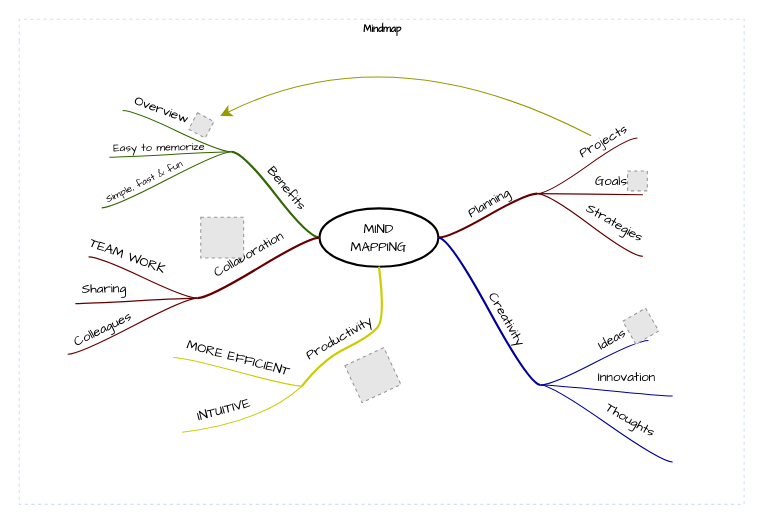
Kristian020519/private1 keeps this draw.io diagram as Unbenanntes Diagramm.drawio. Above is the earlier version. Source tidied: cells renumbered, new cells numbered last; positions are measured from the earlier drawing's top-left corner, leaving out a move shared by most shapes. Both pictures are drawn from the tidied source at 110%, with x=0, y=0 at pixel (19, 19). Pictures stored in the file or linked from it are replaced by grey dashed boxes.
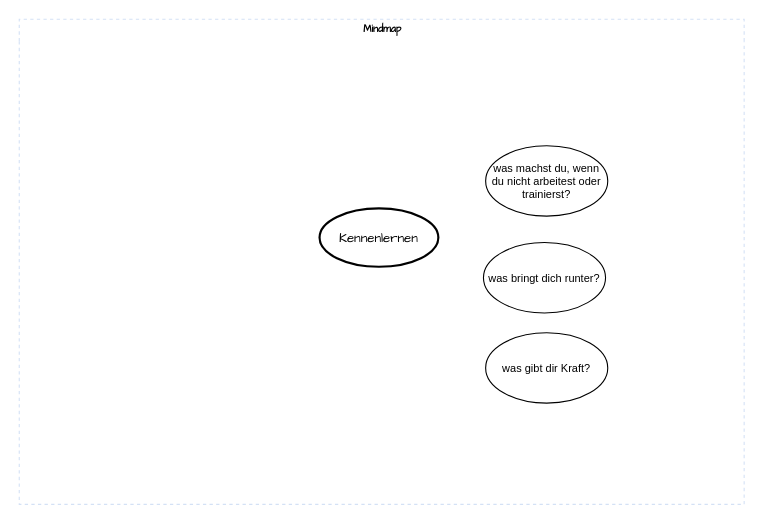
After the change.

Unchanged cells that the change refers to:
```xml
<mxCell id="2" value="Mindmap" style="swimlane;html=1;startSize=20;horizontal=1;containerType=tree;labelBackgroundColor=none;strokeColor=#D4E1F5;strokeWidth=1;fillColor=none;fontFamily=Comic Sans MS;fontSize=9;swimlaneLine=0;dashed=1;" parent="1" vertex="1">
  <mxGeometry width="659" height="441" as="geometry" />
</mxCell>
```

What changed in the source:
```diff
@@
-    <mxCell id="3" value="&lt;font face=&quot;Comic Sans MS&quot;&gt;MIND&lt;br&gt;MAPPING&lt;/font&gt;" style="ellipse;whiteSpace=wrap;html=1;align=center;strokeWidth=2;" parent="2" vertex="1">
+    <mxCell id="3" value="&lt;font face=&quot;Comic Sans MS&quot;&gt;Kennenlernen&lt;/font&gt;" style="ellipse;whiteSpace=wrap;html=1;align=center;strokeWidth=2;" parent="2" vertex="1">
       <mxGeometry x="273" y="172" width="108" height="53" as="geometry" />
     </mxCell>
-    <mxCell id="4" style="whiteSpace=wrap;html=1;rounded=1;arcSize=50;align=center;verticalAlign=middle;strokeWidth=1;spacing=4;" parent="2" vertex="1">
-      <mxGeometry x="471" y="158" height="1" as="geometry" />
-    </mxCell>
-    <mxCell id="5" style="edgeStyle=entityRelationEdgeStyle;startArrow=none;endArrow=none;segment=10;curved=1;strokeWidth=2;strokeColor=#660000;rounded=0;fontSize=12;startSize=8;endSize=8;" parent="2" edge="1" source="3" target="4">
-      <mxGeometry relative="1" as="geometry" />
-    </mxCell>
-    <mxCell id="6" value="Planning" style="text;html=1;align=center;verticalAlign=middle;labelBackgroundColor=none;rotation=-30;fontFamily=Comic Sans MS;" parent="5" vertex="1">
-      <mxGeometry x="0.02" y="2" relative="1" as="geometry">
-        <mxPoint x="1" y="-9" as="offset" />
-      </mxGeometry>
-    </mxCell>
-    <mxCell id="7" style="whiteSpace=wrap;html=1;rounded=1;arcSize=50;align=center;verticalAlign=middle;strokeWidth=1;spacing=4;" parent="2" vertex="1" collapsed="1">
-      <mxGeometry x="562" y="108" width="5" as="geometry" />
-    </mxCell>
-    <mxCell id="8" style="edgeStyle=entityRelationEdgeStyle;startArrow=none;endArrow=none;segment=10;curved=1;strokeColor=#660000;rounded=0;fontSize=12;startSize=8;endSize=8;" parent="2" edge="1" source="4" target="7">
-      <mxGeometry relative="1" as="geometry" />
-    </mxCell>
-    <mxCell id="9" value="Projects" style="text;html=1;points=[];align=center;verticalAlign=middle;labelBackgroundColor=none;fontFamily=Comic Sans MS;rotation=-30;" parent="8" vertex="1">
-      <mxGeometry x="0.26" relative="1" as="geometry">
-        <mxPoint x="3" y="-14" as="offset" />
-      </mxGeometry>
-    </mxCell>
-    <mxCell id="10" style="whiteSpace=wrap;html=1;rounded=1;arcSize=50;align=center;verticalAlign=middle;strokeWidth=1;spacing=4;" parent="2" vertex="1">
-      <mxGeometry x="567" y="159" height="1" as="geometry" />
-    </mxCell>
-    <mxCell id="11" style="edgeStyle=entityRelationEdgeStyle;startArrow=none;endArrow=none;segment=10;curved=1;strokeColor=#660000;rounded=0;fontSize=12;startSize=8;endSize=8;" parent="2" edge="1" source="4" target="10">
-      <mxGeometry relative="1" as="geometry" />
-    </mxCell>
-    <mxCell id="12" value="Goals" style="text;html=1;align=center;verticalAlign=middle;labelBackgroundColor=none;fontFamily=Comic Sans MS;rotation=0;" parent="11" vertex="1">
-      <mxGeometry x="-0.11" y="-1" relative="1" as="geometry">
-        <mxPoint x="24" y="-12" as="offset" />
-      </mxGeometry>
-    </mxCell>
-    <mxCell id="13" style="whiteSpace=wrap;html=1;rounded=1;arcSize=50;align=center;verticalAlign=middle;strokeWidth=1;spacing=4;" parent="2" vertex="1">
-      <mxGeometry x="567" y="215" height="1" as="geometry" />
-    </mxCell>
-    <mxCell id="14" style="edgeStyle=entityRelationEdgeStyle;startArrow=none;endArrow=none;segment=10;curved=1;strokeColor=#660000;rounded=0;fontSize=12;startSize=8;endSize=8;" parent="2" edge="1" source="4" target="13">
-      <mxGeometry relative="1" as="geometry" />
-    </mxCell>
-    <mxCell id="15" value="Strategies" style="text;html=1;align=center;verticalAlign=middle;labelBackgroundColor=none;fontFamily=Comic Sans MS;rotation=30;" parent="14" vertex="1">
-      <mxGeometry x="-0.11" y="-1" relative="1" as="geometry">
-        <mxPoint x="28" y="1" as="offset" />
-      </mxGeometry>
-    </mxCell>
-    <mxCell id="16" style="whiteSpace=wrap;html=1;rounded=1;arcSize=50;align=center;verticalAlign=middle;strokeWidth=1;spacing=4;" parent="2" vertex="1">
-      <mxGeometry x="474" y="332" height="1" as="geometry" />
-    </mxCell>
-    <mxCell id="17" style="edgeStyle=entityRelationEdgeStyle;startArrow=none;endArrow=none;segment=10;curved=1;strokeWidth=2;strokeColor=#000099;rounded=0;fontSize=12;startSize=8;endSize=8;" parent="2" edge="1" source="3" target="16">
-      <mxGeometry relative="1" as="geometry" />
-    </mxCell>
-    <mxCell id="18" value="Creativity" style="text;html=1;align=center;verticalAlign=middle;labelBackgroundColor=none;rotation=60;fontFamily=Comic Sans MS;" parent="17" vertex="1">
-      <mxGeometry x="0.02" y="2" relative="1" as="geometry">
-        <mxPoint x="13" y="6" as="offset" />
-      </mxGeometry>
-    </mxCell>
-    <mxCell id="19" style="whiteSpace=wrap;html=1;rounded=1;arcSize=50;align=center;verticalAlign=middle;strokeWidth=1;spacing=4;" parent="2" vertex="1">
-      <mxGeometry x="572" y="292" width="5" as="geometry" />
-    </mxCell>
-    <mxCell id="20" style="edgeStyle=entityRelationEdgeStyle;startArrow=none;endArrow=none;segment=10;curved=1;strokeColor=#000099;rounded=0;fontSize=12;startSize=8;endSize=8;" parent="2" edge="1" source="16" target="19">
-      <mxGeometry relative="1" as="geometry" />
-    </mxCell>
-    <mxCell id="21" value="Ideas" style="text;html=1;align=center;verticalAlign=middle;labelBackgroundColor=none;fontFamily=Comic Sans MS;rotation=-30;" parent="20" vertex="1">
-      <mxGeometry x="0.26" relative="1" as="geometry">
-        <mxPoint x="3" y="-14" as="offset" />
-      </mxGeometry>
-    </mxCell>
-    <mxCell id="22" style="whiteSpace=wrap;html=1;rounded=1;arcSize=50;align=center;verticalAlign=middle;strokeWidth=1;spacing=4;" parent="2" vertex="1">
-      <mxGeometry x="594" y="342" height="1" as="geometry" />
-    </mxCell>
-    <mxCell id="23" style="edgeStyle=entityRelationEdgeStyle;startArrow=none;endArrow=none;segment=10;curved=1;strokeColor=#000099;rounded=0;fontSize=12;startSize=8;endSize=8;" parent="2" edge="1" source="16" target="22">
-      <mxGeometry relative="1" as="geometry" />
-    </mxCell>
-    <mxCell id="24" value="Innovation" style="text;html=1;align=center;verticalAlign=middle;labelBackgroundColor=none;fontFamily=Comic Sans MS;rotation=0;" parent="23" vertex="1">
-      <mxGeometry x="-0.11" y="-1" relative="1" as="geometry">
-        <mxPoint x="24" y="-12" as="offset" />
-      </mxGeometry>
-    </mxCell>
-    <mxCell id="25" style="whiteSpace=wrap;html=1;rounded=1;arcSize=50;align=center;verticalAlign=middle;strokeWidth=1;spacing=4;" parent="2" vertex="1">
-      <mxGeometry x="594" y="402" height="1" as="geometry" />
-    </mxCell>
-    <mxCell id="26" style="edgeStyle=entityRelationEdgeStyle;startArrow=none;endArrow=none;segment=10;curved=1;strokeColor=#000099;rounded=0;fontSize=12;startSize=8;endSize=8;" parent="2" edge="1" source="16" target="25">
-      <mxGeometry relative="1" as="geometry" />
-    </mxCell>
-    <mxCell id="27" value="Thoughts" style="text;html=1;align=center;verticalAlign=middle;labelBackgroundColor=none;fontFamily=Comic Sans MS;rotation=30;" parent="26" vertex="1">
-      <mxGeometry x="-0.11" y="-1" relative="1" as="geometry">
-        <mxPoint x="28" y="1" as="offset" />
-      </mxGeometry>
-    </mxCell>
-    <mxCell id="28" style="fillColor=#E6E6E6;strokeColor=#999999;dashed=1;html=1;verticalAlign=top;verticalLabelPosition=bottom;labelBackgroundColor=#ffffff;fontFamily=Comic Sans MS;rotation=-30;" parent="2" vertex="1">
-      <mxGeometry x="553" y="267" width="24" height="24" as="geometry" />
-    </mxCell>
-    <mxCell id="29" style="edgeStyle=entityRelationEdgeStyle;jumpStyle=arc;html=1;endArrow=classicThin;endFill=1;jettySize=auto;strokeColor=none;strokeWidth=2;fontFamily=Comic Sans MS;rounded=0;fontSize=12;startSize=8;endSize=8;curved=1;" parent="2" edge="1" source="19" target="28">
-      <mxGeometry relative="1" as="geometry" />
-    </mxCell>
-    <mxCell id="30" style="fillColor=#E6E6E6;strokeColor=#999999;dashed=1;html=1;verticalAlign=top;verticalLabelPosition=bottom;labelBackgroundColor=#ffffff;fontFamily=Comic Sans MS;" parent="2" vertex="1">
-      <mxGeometry x="553" y="138" width="18" height="18" as="geometry" />
-    </mxCell>
-    <mxCell id="31" style="edgeStyle=entityRelationEdgeStyle;jumpStyle=arc;html=1;endArrow=classicThin;endFill=1;jettySize=auto;strokeColor=none;strokeWidth=2;fontFamily=Comic Sans MS;rounded=0;fontSize=12;startSize=8;endSize=8;curved=1;" parent="2" edge="1" source="10" target="30">
-      <mxGeometry relative="1" as="geometry" />
-    </mxCell>
-    <mxCell id="32" style="whiteSpace=wrap;html=1;rounded=1;arcSize=50;align=center;verticalAlign=middle;strokeWidth=1;spacing=4;" parent="2" vertex="1">
-      <mxGeometry x="193" y="120" height="1" as="geometry" />
-    </mxCell>
-    <mxCell id="33" style="edgeStyle=entityRelationEdgeStyle;startArrow=none;endArrow=none;segment=10;curved=1;strokeWidth=2;strokeColor=#336600;rounded=0;fontSize=12;startSize=8;endSize=8;" parent="2" edge="1" source="3" target="32">
-      <mxGeometry relative="1" as="geometry" />
-    </mxCell>
-    <mxCell id="34" value="Benefits" style="text;html=1;align=center;verticalAlign=middle;labelBackgroundColor=none;rotation=50;fontFamily=Comic Sans MS;" parent="33" vertex="1">
-      <mxGeometry x="0.02" y="2" relative="1" as="geometry">
-        <mxPoint x="12" y="-7" as="offset" />
-      </mxGeometry>
-    </mxCell>
-    <mxCell id="35" style="whiteSpace=wrap;html=1;rounded=1;arcSize=50;align=center;verticalAlign=middle;strokeWidth=1;spacing=4;" parent="2" vertex="1">
-      <mxGeometry x="75" y="171" height="1" as="geometry" />
-    </mxCell>
-    <mxCell id="36" style="edgeStyle=entityRelationEdgeStyle;startArrow=none;endArrow=none;segment=10;curved=1;strokeColor=#336600;rounded=0;fontSize=12;startSize=8;endSize=8;" parent="2" edge="1" source="32" target="35">
-      <mxGeometry relative="1" as="geometry" />
-    </mxCell>
-    <mxCell id="37" value="Simple, fast &amp;amp; fun" style="text;html=1;align=center;verticalAlign=middle;labelBackgroundColor=none;fontFamily=Comic Sans MS;rotation=-26;fontSize=9;" parent="36" vertex="1">
-      <mxGeometry x="-0.11" y="-1" relative="1" as="geometry">
-        <mxPoint x="-27" y="7" as="offset" />
-      </mxGeometry>
-    </mxCell>
-    <mxCell id="38" style="whiteSpace=wrap;html=1;rounded=1;arcSize=50;align=center;verticalAlign=middle;strokeWidth=1;spacing=4;" parent="2" vertex="1">
-      <mxGeometry x="82" y="125" height="1" as="geometry" />
-    </mxCell>
-    <mxCell id="39" style="edgeStyle=entityRelationEdgeStyle;startArrow=none;endArrow=none;segment=10;curved=1;strokeColor=#336600;rounded=0;fontSize=12;startSize=8;endSize=8;" parent="2" edge="1" source="32" target="38">
-      <mxGeometry relative="1" as="geometry" />
-    </mxCell>
-    <mxCell id="40" value="Easy to memorize" style="text;html=1;align=center;verticalAlign=middle;labelBackgroundColor=none;fontFamily=Comic Sans MS;rotation=-1;fontSize=10;" parent="39" vertex="1">
-      <mxGeometry x="-0.11" y="-1" relative="1" as="geometry">
-        <mxPoint x="-18" y="-6" as="offset" />
-      </mxGeometry>
-    </mxCell>
-    <mxCell id="41" style="whiteSpace=wrap;html=1;rounded=1;arcSize=50;align=center;verticalAlign=middle;strokeWidth=1;spacing=4;" parent="2" vertex="1" collapsed="1">
-      <mxGeometry x="89" y="83" width="5" as="geometry" />
-    </mxCell>
-    <mxCell id="42" style="edgeStyle=entityRelationEdgeStyle;startArrow=none;endArrow=none;segment=10;curved=1;strokeColor=#336600;rounded=0;fontSize=12;startSize=8;endSize=8;" parent="2" edge="1" source="32" target="41">
-      <mxGeometry relative="1" as="geometry" />
-    </mxCell>
-    <mxCell id="43" value="Overview" style="text;html=1;align=center;verticalAlign=middle;labelBackgroundColor=none;fontFamily=Comic Sans MS;rotation=20;" parent="42" vertex="1">
-      <mxGeometry x="0.26" relative="1" as="geometry">
-        <mxPoint x="-2" y="-13" as="offset" />
-      </mxGeometry>
-    </mxCell>
-    <mxCell id="44" style="fillColor=#E6E6E6;strokeColor=#999999;dashed=1;html=1;verticalAlign=top;verticalLabelPosition=bottom;labelBackgroundColor=#ffffff;fontFamily=Comic Sans MS;fontSize=10;rotation=28;" parent="2" vertex="1">
-      <mxGeometry x="157" y="88" width="17" height="17" as="geometry" />
-    </mxCell>
-    <mxCell id="45" style="endArrow=classic;html=1;curved=1;sourcePerimeterSpacing=10;strokeColor=#999900;targetPerimeterSpacing=7;rounded=0;fontSize=12;startSize=8;endSize=8;" parent="2" edge="1" source="9" target="44">
-      <mxGeometry relative="1" as="geometry">
-        <Array as="points">
-          <mxPoint x="338" y="11" />
-        </Array>
-      </mxGeometry>
-    </mxCell>
-    <mxCell id="46" style="jumpStyle=arc;html=1;endArrow=classicThin;endFill=1;jettySize=auto;strokeColor=none;strokeWidth=2;fontFamily=Comic Sans MS;fontSize=10;rounded=0;startSize=8;endSize=8;curved=1;" parent="2" edge="1" source="32" target="44">
-      <mxGeometry relative="1" as="geometry" />
-    </mxCell>
-    <mxCell id="47" style="whiteSpace=wrap;html=1;rounded=1;arcSize=50;align=center;verticalAlign=middle;strokeWidth=1;spacing=4;" parent="2" vertex="1">
-      <mxGeometry x="162" y="253" height="1" as="geometry" />
-    </mxCell>
-    <mxCell id="48" style="edgeStyle=entityRelationEdgeStyle;startArrow=none;endArrow=none;segment=10;curved=1;strokeWidth=2;strokeColor=#660000;rounded=0;fontSize=12;startSize=8;endSize=8;" parent="2" edge="1" source="3" target="47">
-      <mxGeometry relative="1" as="geometry" />
-    </mxCell>
-    <mxCell id="49" value="Collaboration" style="text;html=1;align=center;verticalAlign=middle;labelBackgroundColor=none;rotation=-30;fontFamily=Comic Sans MS;" parent="48" vertex="1">
-      <mxGeometry x="0.02" y="2" relative="1" as="geometry">
-        <mxPoint x="-10" y="-13" as="offset" />
-      </mxGeometry>
-    </mxCell>
-    <mxCell id="50" style="whiteSpace=wrap;html=1;rounded=1;arcSize=50;align=center;verticalAlign=middle;strokeWidth=1;spacing=4;" parent="2" vertex="1">
-      <mxGeometry x="44" y="304" height="1" as="geometry" />
-    </mxCell>
-    <mxCell id="51" style="edgeStyle=entityRelationEdgeStyle;startArrow=none;endArrow=none;segment=10;curved=1;strokeColor=#660000;rounded=0;fontSize=12;startSize=8;endSize=8;" parent="2" edge="1" source="47" target="50">
-      <mxGeometry relative="1" as="geometry" />
-    </mxCell>
-    <mxCell id="52" value="Colleagues" style="text;html=1;align=center;verticalAlign=middle;labelBackgroundColor=none;fontFamily=Comic Sans MS;rotation=-26;fontSize=12;" parent="51" vertex="1">
-      <mxGeometry x="-0.11" y="-1" relative="1" as="geometry">
-        <mxPoint x="-34" y="8" as="offset" />
-      </mxGeometry>
-    </mxCell>
-    <mxCell id="53" style="whiteSpace=wrap;html=1;rounded=1;arcSize=50;align=center;verticalAlign=middle;strokeWidth=1;spacing=4;" parent="2" vertex="1">
-      <mxGeometry x="51" y="258" height="1" as="geometry" />
-    </mxCell>
-    <mxCell id="54" style="edgeStyle=entityRelationEdgeStyle;startArrow=none;endArrow=none;segment=10;curved=1;strokeColor=#660000;rounded=0;fontSize=12;startSize=8;endSize=8;" parent="2" edge="1" source="47" target="53">
-      <mxGeometry relative="1" as="geometry" />
-    </mxCell>
-    <mxCell id="55" value="Sharing" style="text;html=1;align=center;verticalAlign=middle;labelBackgroundColor=none;fontFamily=Comic Sans MS;rotation=-1;fontSize=12;" parent="54" vertex="1">
-      <mxGeometry x="-0.11" y="-1" relative="1" as="geometry">
-        <mxPoint x="-37" y="-9" as="offset" />
-      </mxGeometry>
-    </mxCell>
-    <mxCell id="56" style="whiteSpace=wrap;html=1;rounded=1;arcSize=50;align=center;verticalAlign=middle;strokeWidth=1;spacing=4;" parent="2" vertex="1" collapsed="1">
-      <mxGeometry x="58" y="216" width="5" as="geometry" />
-    </mxCell>
-    <mxCell id="57" style="edgeStyle=entityRelationEdgeStyle;startArrow=none;endArrow=none;segment=10;curved=1;strokeColor=#660000;rounded=0;fontSize=12;startSize=8;endSize=8;" parent="2" edge="1" source="47" target="56">
-      <mxGeometry relative="1" as="geometry" />
-    </mxCell>
-    <mxCell id="58" value="TEAM WORK" style="text;html=1;align=center;verticalAlign=middle;labelBackgroundColor=none;fontFamily=Comic Sans MS;rotation=20;" parent="57" vertex="1">
-      <mxGeometry x="0.26" relative="1" as="geometry">
-        <mxPoint x="-2" y="-13" as="offset" />
-      </mxGeometry>
-    </mxCell>
-    <mxCell id="59" style="fillColor=#E6E6E6;strokeColor=#999999;dashed=1;html=1;verticalAlign=top;verticalLabelPosition=bottom;labelBackgroundColor=#ffffff;fontFamily=Comic Sans MS;fontSize=12;fontColor=#000000;align=center;" parent="2" vertex="1">
-      <mxGeometry x="165" y="180" width="39" height="37" as="geometry" />
-    </mxCell>
-    <mxCell id="60" style="edgeStyle=none;jumpStyle=arc;html=1;entryX=0.5;entryY=1;entryPerimeter=0;endArrow=classicThin;endFill=1;jettySize=auto;strokeColor=none;strokeWidth=2;fontFamily=Comic Sans MS;fontSize=12;rounded=0;startSize=8;endSize=8;curved=1;" parent="2" edge="1" source="47" target="59">
-      <mxGeometry relative="1" as="geometry" />
-    </mxCell>
-    <mxCell id="61" style="whiteSpace=wrap;html=1;rounded=1;arcSize=50;align=center;verticalAlign=middle;strokeWidth=1;spacing=4;" parent="2" vertex="1">
-      <mxGeometry x="257" y="333" height="1" as="geometry" />
-    </mxCell>
-    <mxCell id="62" style="startArrow=none;endArrow=none;segment=10;strokeWidth=2;strokeColor=#CCCC00;exitX=0.5;exitY=1;curved=1;rounded=0;fontSize=12;startSize=8;endSize=8;" parent="2" edge="1" source="3" target="61">
-      <mxGeometry relative="1" as="geometry">
-        <Array as="points">
-          <mxPoint x="333" y="272" />
-          <mxPoint x="318" y="289" />
-          <mxPoint x="276" y="309" />
-        </Array>
-      </mxGeometry>
-    </mxCell>
-    <mxCell id="63" value="Productivity" style="text;html=1;align=center;verticalAlign=middle;labelBackgroundColor=none;rotation=-30;fontFamily=Comic Sans MS;" parent="62" vertex="1">
-      <mxGeometry x="0.02" y="2" relative="1" as="geometry">
-        <mxPoint x="-24" y="-2" as="offset" />
-      </mxGeometry>
-    </mxCell>
-    <mxCell id="64" style="whiteSpace=wrap;html=1;rounded=1;arcSize=50;align=center;verticalAlign=middle;strokeWidth=1;spacing=4;" parent="2" vertex="1">
-      <mxGeometry x="148" y="375" height="1" as="geometry" />
-    </mxCell>
-    <mxCell id="65" style="startArrow=none;endArrow=none;segment=10;strokeColor=#CCCC00;curved=1;rounded=0;fontSize=12;startSize=8;endSize=8;" parent="2" edge="1" source="61" target="64">
-      <mxGeometry relative="1" as="geometry">
-        <Array as="points">
-          <mxPoint x="222" y="366" />
-        </Array>
-      </mxGeometry>
-    </mxCell>
-    <mxCell id="66" value="INTUITIVE" style="text;html=1;align=center;verticalAlign=middle;labelBackgroundColor=none;fontFamily=Comic Sans MS;rotation=-15;fontSize=12;" parent="65" vertex="1">
-      <mxGeometry x="-0.11" y="-1" relative="1" as="geometry">
-        <mxPoint x="-30" y="-10" as="offset" />
-      </mxGeometry>
-    </mxCell>
-    <mxCell id="67" style="whiteSpace=wrap;html=1;rounded=1;arcSize=50;align=center;verticalAlign=middle;strokeWidth=1;spacing=4;" parent="2" vertex="1">
-      <mxGeometry x="140" y="307" height="1" as="geometry" />
-    </mxCell>
-    <mxCell id="68" style="edgeStyle=entityRelationEdgeStyle;startArrow=none;endArrow=none;segment=10;curved=1;strokeColor=#CCCC00;rounded=0;fontSize=12;startSize=8;endSize=8;" parent="2" edge="1" source="61" target="67">
-      <mxGeometry relative="1" as="geometry" />
-    </mxCell>
-    <mxCell id="69" value="MORE EFFICIENT" style="text;html=1;align=center;verticalAlign=middle;labelBackgroundColor=none;fontFamily=Comic Sans MS;rotation=15;fontSize=12;" parent="68" vertex="1">
-      <mxGeometry x="-0.11" y="-1" relative="1" as="geometry">
-        <mxPoint x="-6" y="-13" as="offset" />
-      </mxGeometry>
-    </mxCell>
-    <mxCell id="70" style="fillColor=#E6E6E6;strokeColor=#999999;dashed=1;html=1;verticalAlign=top;verticalLabelPosition=bottom;labelBackgroundColor=#ffffff;fontFamily=Comic Sans MS;fontSize=12;fontColor=#000000;align=center;rotation=-25;" parent="2" vertex="1">
-      <mxGeometry x="302" y="305" width="39" height="37" as="geometry" />
-    </mxCell>
-    <mxCell id="71" style="edgeStyle=none;jumpStyle=arc;html=1;entryX=0.5;entryY=1;entryPerimeter=0;endArrow=classicThin;endFill=1;jettySize=auto;strokeColor=none;strokeWidth=2;fontFamily=Comic Sans MS;fontSize=12;rounded=0;startSize=8;endSize=8;curved=1;" parent="2" edge="1" source="61" target="70">
-      <mxGeometry relative="1" as="geometry" />
-    </mxCell>
+    <mxCell id="72" value="was machst du, wenn du nicht arbeitest oder trainierst?" style="ellipse;whiteSpace=wrap;html=1;align=center;newEdgeStyle={&quot;edgeStyle&quot;:&quot;entityRelationEdgeStyle&quot;,&quot;startArrow&quot;:&quot;none&quot;,&quot;endArrow&quot;:&quot;none&quot;,&quot;segment&quot;:10,&quot;curved&quot;:1,&quot;sourcePerimeterSpacing&quot;:0,&quot;targetPerimeterSpacing&quot;:0};fontSize=10;" parent="2" vertex="1">
+      <mxGeometry x="424" y="115" width="111" height="64" as="geometry" />
+    </mxCell>
+    <mxCell id="73" value="was bringt dich runter?" style="ellipse;whiteSpace=wrap;html=1;align=center;newEdgeStyle={&quot;edgeStyle&quot;:&quot;entityRelationEdgeStyle&quot;,&quot;startArrow&quot;:&quot;none&quot;,&quot;endArrow&quot;:&quot;none&quot;,&quot;segment&quot;:10,&quot;curved&quot;:1,&quot;sourcePerimeterSpacing&quot;:0,&quot;targetPerimeterSpacing&quot;:0};fontSize=10;" parent="2" vertex="1">
+      <mxGeometry x="422" y="203" width="111" height="64" as="geometry" />
+    </mxCell>
+    <mxCell id="74" value="was gibt dir Kraft?" style="ellipse;whiteSpace=wrap;html=1;align=center;newEdgeStyle={&quot;edgeStyle&quot;:&quot;entityRelationEdgeStyle&quot;,&quot;startArrow&quot;:&quot;none&quot;,&quot;endArrow&quot;:&quot;none&quot;,&quot;segment&quot;:10,&quot;curved&quot;:1,&quot;sourcePerimeterSpacing&quot;:0,&quot;targetPerimeterSpacing&quot;:0};fontSize=10;" parent="2" vertex="1">
+      <mxGeometry x="424" y="285" width="111" height="64" as="geometry" />
+    </mxCell>
```
